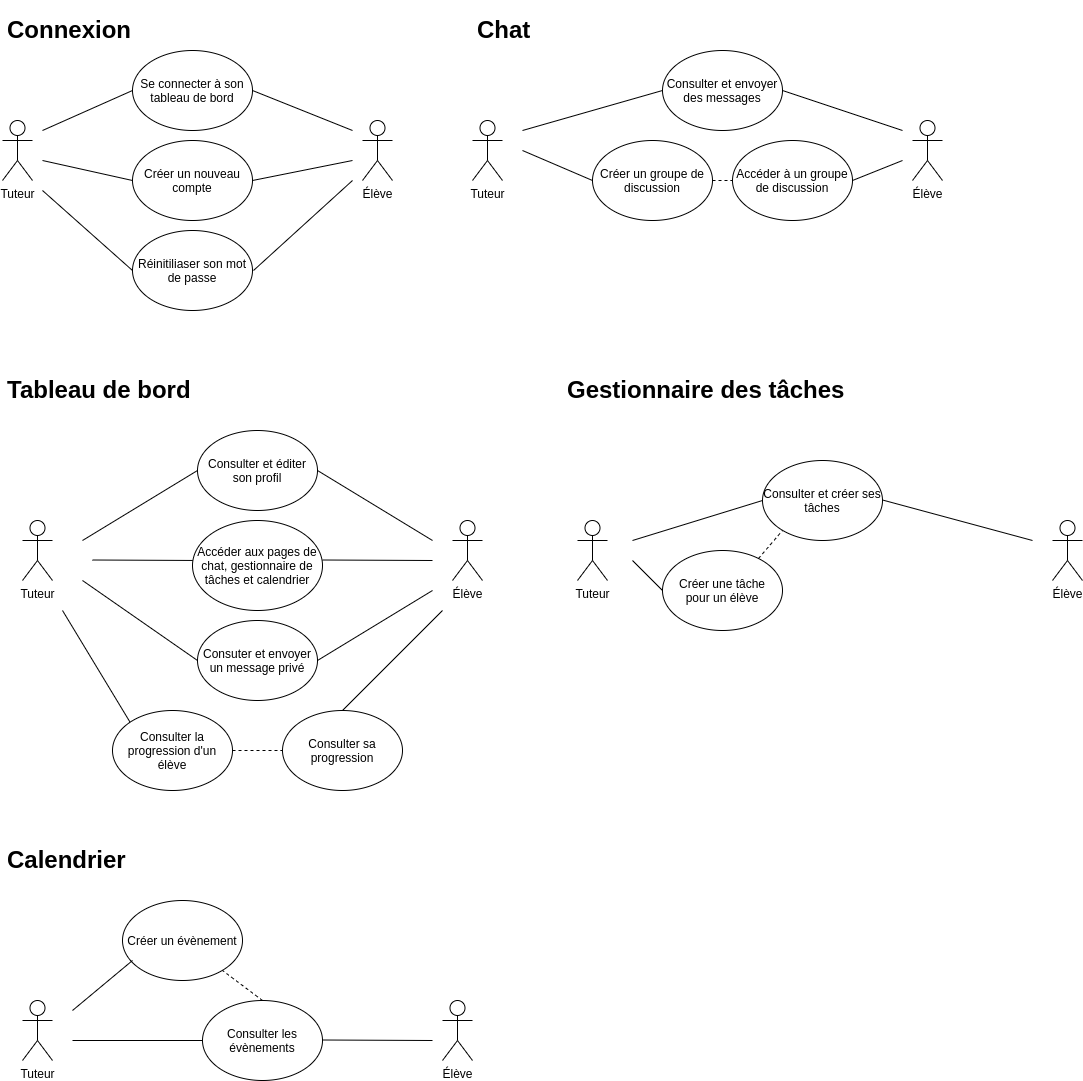
josayko-courses/LearnAtHome keeps this draw.io diagram as use_cases.drawio.png. Above is the earlier version. Source tidied: cells renumbered, new cells last; positions are measured from the earlier drawing's top-left corner, leaving out a move shared by most shapes.
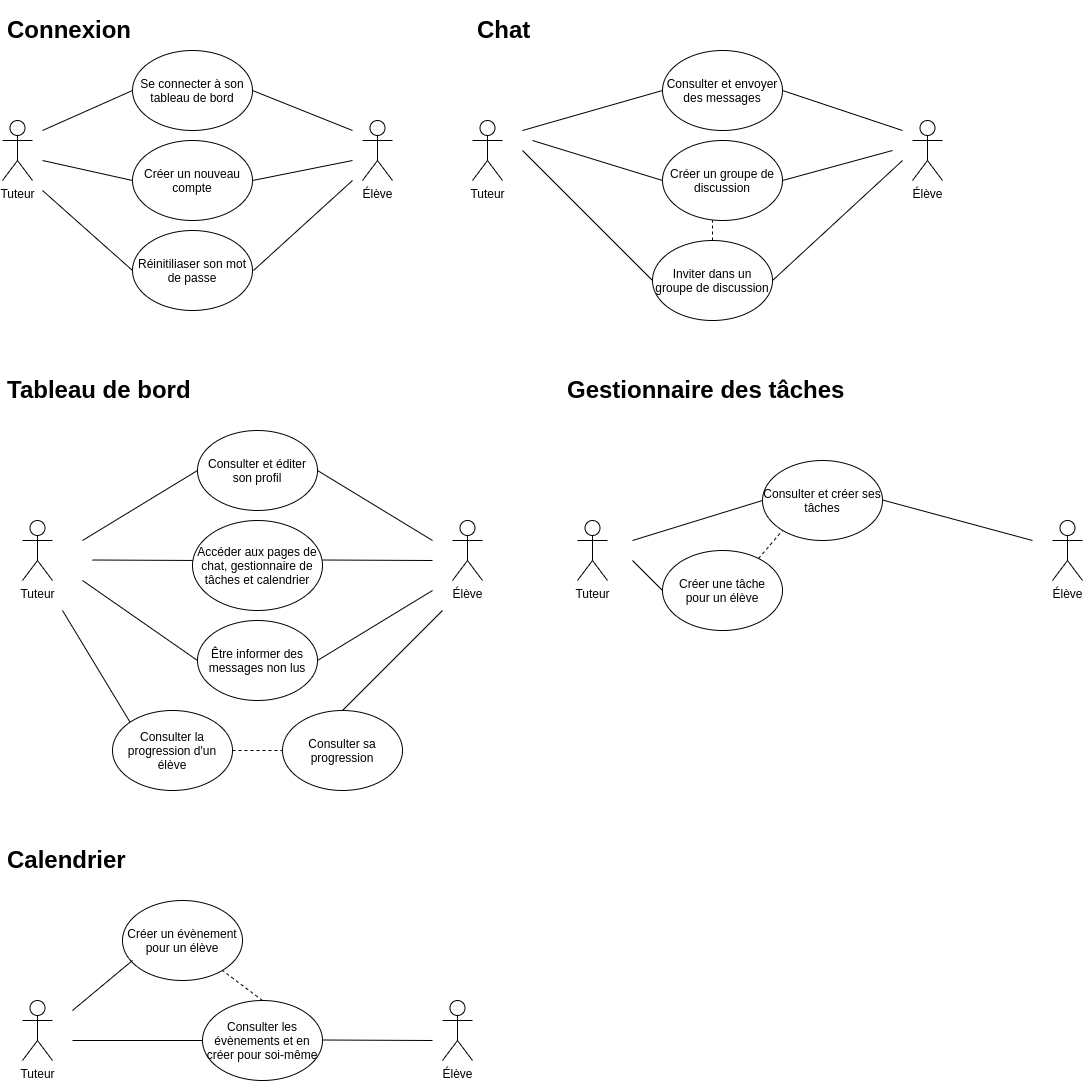
After the commit.

What changed in the source:
```diff
@@ -66,15 +66,15 @@
     <mxCell id="17" value="Consulter et envoyer des messages" style="ellipse;whiteSpace=wrap;html=1;" parent="1" vertex="1">
       <mxGeometry x="660" y="40" width="120" height="80" as="geometry" />
     </mxCell>
-    <mxCell id="18" value="Accéder à un groupe de discussion" style="ellipse;whiteSpace=wrap;html=1;" parent="1" vertex="1">
-      <mxGeometry x="730" y="130" width="120" height="80" as="geometry" />
+    <mxCell id="18" value="Inviter dans un groupe de discussion" style="ellipse;whiteSpace=wrap;html=1;" parent="1" vertex="1">
+      <mxGeometry x="650" y="230" width="120" height="80" as="geometry" />
     </mxCell>
     <mxCell id="19" value="Créer un groupe de discussion" style="ellipse;whiteSpace=wrap;html=1;" parent="1" vertex="1">
-      <mxGeometry x="590" y="130" width="120" height="80" as="geometry" />
+      <mxGeometry x="660" y="130" width="120" height="80" as="geometry" />
     </mxCell>
-    <mxCell id="20" style="endArrow=none;dashed=1;html=1;entryX=0;entryY=0.5;entryDx=0;entryDy=0;exitX=1;exitY=0.5;exitDx=0;exitDy=0;" parent="1" edge="1" source="19">
+    <mxCell id="20" style="endArrow=none;dashed=1;html=1;exitX=0.5;exitY=0;exitDx=0;exitDy=0;" parent="1" edge="1" source="18">
       <mxGeometry relative="1" as="geometry">
-        <mxPoint x="730" y="170" as="targetPoint" />
+        <mxPoint x="710" y="210" as="targetPoint" />
       </mxGeometry>
     </mxCell>
     <mxCell id="21" style="endArrow=none;html=1;" parent="1" edge="1">
@@ -89,10 +89,9 @@
         <mxPoint x="780" y="80" as="targetPoint" />
       </mxGeometry>
     </mxCell>
-    <mxCell id="23" style="endArrow=none;html=1;" parent="1" edge="1">
+    <mxCell id="23" style="endArrow=none;html=1;entryX=0;entryY=0.5;entryDx=0;entryDy=0;" parent="1" edge="1" target="18">
       <mxGeometry relative="1" as="geometry">
         <mxPoint x="520" y="140" as="sourcePoint" />
-        <mxPoint x="590" y="170" as="targetPoint" />
       </mxGeometry>
     </mxCell>
     <mxCell id="24" style="endArrow=none;html=1;exitX=1;exitY=0.5;exitDx=0;exitDy=0;" parent="1" edge="1" source="18">
@@ -124,7 +123,7 @@
     <mxCell id="32" value="Élève" style="shape=umlActor;verticalLabelPosition=bottom;verticalAlign=top;html=1;" parent="1" vertex="1">
       <mxGeometry x="1050" y="510" width="30" height="60" as="geometry" />
     </mxCell>
-    <mxCell id="33" value="Consuter et envoyer un message privé" style="ellipse;whiteSpace=wrap;html=1;" parent="1" vertex="1">
+    <mxCell id="33" value="Être informer des messages non lus" style="ellipse;whiteSpace=wrap;html=1;" parent="1" vertex="1">
       <mxGeometry x="195" y="610" width="120" height="80" as="geometry" />
     </mxCell>
     <mxCell id="34" value="Créer une tâche&lt;br&gt;pour un élève" style="ellipse;whiteSpace=wrap;html=1;" parent="1" vertex="1">
@@ -133,7 +132,7 @@
     <mxCell id="35" value="Élève" style="shape=umlActor;verticalLabelPosition=bottom;verticalAlign=top;html=1;" parent="1" vertex="1">
       <mxGeometry x="440" y="990" width="30" height="60" as="geometry" />
     </mxCell>
-    <mxCell id="36" value="Consulter les évènements" style="ellipse;whiteSpace=wrap;html=1;" parent="1" vertex="1">
+    <mxCell id="36" value="Consulter les évènements et en créer pour soi-même" style="ellipse;whiteSpace=wrap;html=1;" parent="1" vertex="1">
       <mxGeometry x="200" y="990" width="120" height="80" as="geometry" />
     </mxCell>
     <mxCell id="37" style="endArrow=none;html=1;entryX=0;entryY=0.5;entryDx=0;entryDy=0;" parent="1" edge="1" target="36">
@@ -190,7 +189,7 @@
     <mxCell id="47" value="Accéder aux pages de chat, gestionnaire de tâches et calendrier" style="ellipse;whiteSpace=wrap;html=1;" parent="1" vertex="1">
       <mxGeometry x="190" y="510" width="130" height="90" as="geometry" />
     </mxCell>
-    <mxCell id="48" value="Créer un évènement" style="ellipse;whiteSpace=wrap;html=1;" parent="1" vertex="1">
+    <mxCell id="48" value="Créer un évènement pour un élève" style="ellipse;whiteSpace=wrap;html=1;" parent="1" vertex="1">
       <mxGeometry x="120" y="890" width="120" height="80" as="geometry" />
     </mxCell>
     <mxCell id="49" style="endArrow=none;html=1;" parent="1" edge="1">
@@ -247,5 +246,16 @@
         <mxPoint x="60" y="600" as="targetPoint" />
       </mxGeometry>
     </mxCell>
+    <mxCell id="60" style="endArrow=none;html=1;" parent="1" edge="1">
+      <mxGeometry relative="1" as="geometry">
+        <mxPoint x="530" y="130" as="sourcePoint" />
+        <mxPoint x="660" y="170" as="targetPoint" />
+      </mxGeometry>
+    </mxCell>
+    <mxCell id="61" style="endArrow=none;html=1;exitX=1;exitY=0.5;exitDx=0;exitDy=0;" parent="1" edge="1" source="19">
+      <mxGeometry relative="1" as="geometry">
+        <mxPoint x="890" y="140" as="targetPoint" />
+      </mxGeometry>
+    </mxCell>
   </root>
 </mxGraphModel>
```
